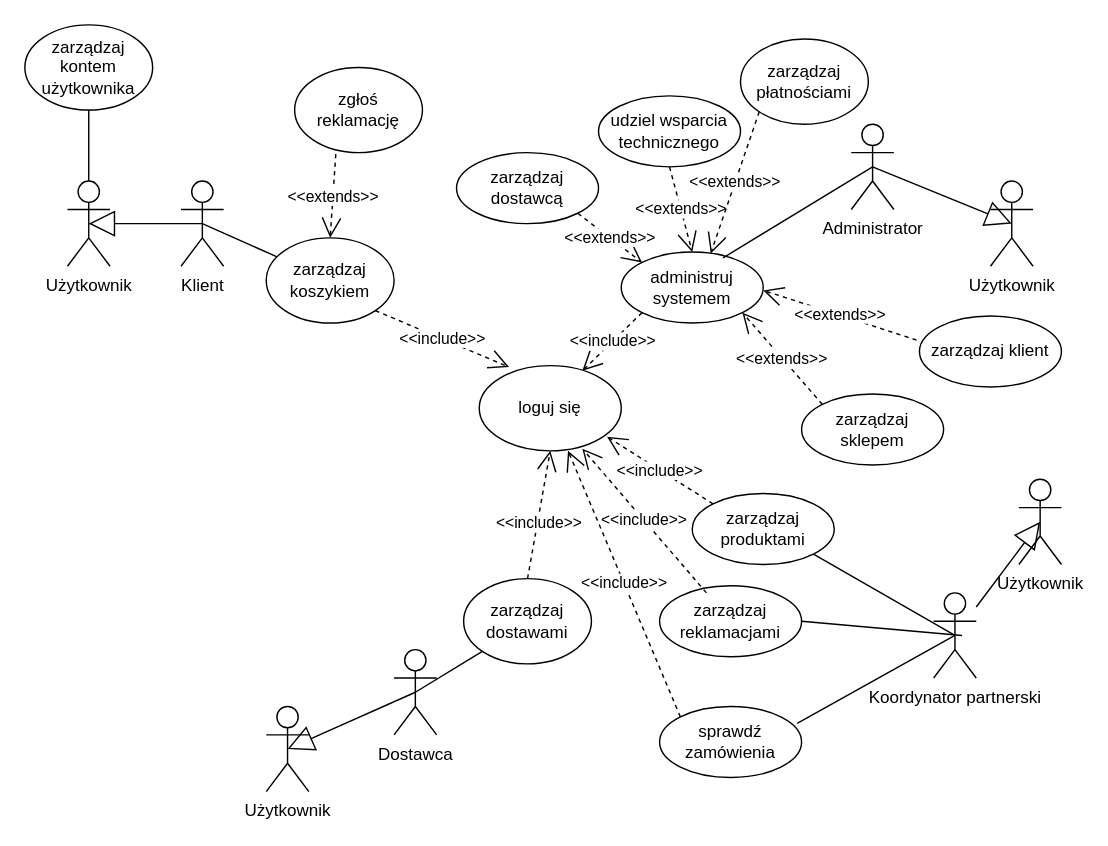
Tarik-Alaiwi-dev/psi keeps this draw.io diagram as DPU-przypadki/Diagram bez tytułu.drawio. Above is the earlier version. Source tidied: cells renumbered, new cells numbered last; positions are measured from the earlier drawing's top-left corner, leaving out a move shared by most shapes. Both pictures are drawn from the tidied source at 142%, with x=0, y=0 at pixel (24, 24).
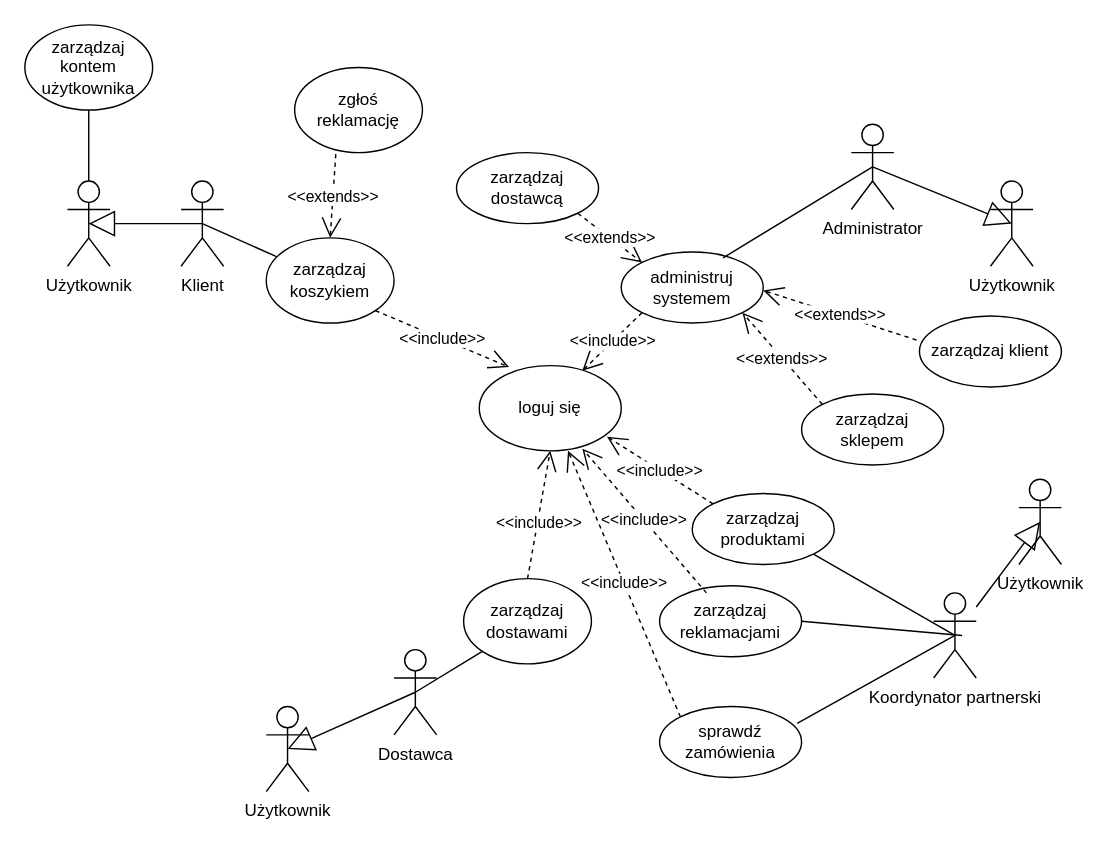
Above is the later version.

The change refers to these unchanged cells:
```xml
<mxCell id="7" value="administruj systemem" style="ellipse;whiteSpace=wrap;html=1;" parent="1" vertex="1">
  <mxGeometry x="420" y="160" width="100" height="50" as="geometry" />
</mxCell>
```

Diff of the diagram source:
```diff
@@
-    <mxCell id="15" value="udziel wsparcia technicznego" style="ellipse;whiteSpace=wrap;html=1;" parent="1" vertex="1">
-      <mxGeometry x="404" y="50" width="100" height="50" as="geometry" />
-    </mxCell>
@@
-    <mxCell id="22" value="&amp;lt;&amp;lt;extends&amp;gt;&amp;gt;" style="endArrow=open;endSize=12;dashed=1;html=1;rounded=0;strokeColor=default;align=center;verticalAlign=middle;fontFamily=Helvetica;fontSize=11;fontColor=default;labelBackgroundColor=default;exitX=0.5;exitY=1;exitDx=0;exitDy=0;entryX=0.5;entryY=0;entryDx=0;entryDy=0;" parent="1" edge="1" source="15" target="7">
-      <mxGeometry relative="1" as="geometry" />
-    </mxCell>
@@
-    <mxCell id="46" value="zarządzaj płatnościami" style="ellipse;whiteSpace=wrap;html=1;" parent="1" vertex="1">
-      <mxGeometry x="504" y="10" width="90" height="60" as="geometry" />
-    </mxCell>
-    <mxCell id="47" value="&amp;lt;&amp;lt;extends&amp;gt;&amp;gt;" style="endArrow=open;endSize=12;dashed=1;html=1;rounded=0;exitX=0;exitY=1;exitDx=0;exitDy=0;entryX=0.63;entryY=0.02;entryDx=0;entryDy=0;entryPerimeter=0;" parent="1" edge="1" source="46" target="7">
-      <mxGeometry relative="1" as="geometry" />
-    </mxCell>
```
